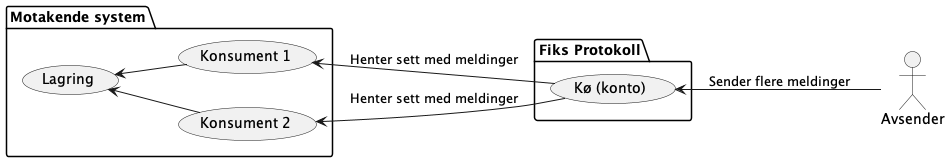
Before: Dokumentasjon/V1/UseCases/FlereKonsumenter/usecase1.png, a diagram exported from PlantUML (ks-no/fiks-arkiv-specification).
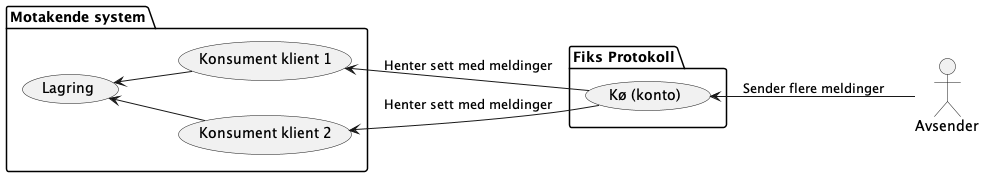
The same diagram one commit later.

Commit message:
Forbedret diagram for flere konsumenter

Change to the diagram source:
```diff
@@ -2,8 +2,8 @@
 left to right direction
 
 package Mottaker as "Motakende system" {
-    usecase Konsument1 as "Konsument 1"
-    usecase Konsument2 as "Konsument 2"
+    usecase Konsument1 as "Konsument klient 1"
+    usecase Konsument2 as "Konsument klient 2"
     usecase Lagring as "Lagring"
 }
 
```
